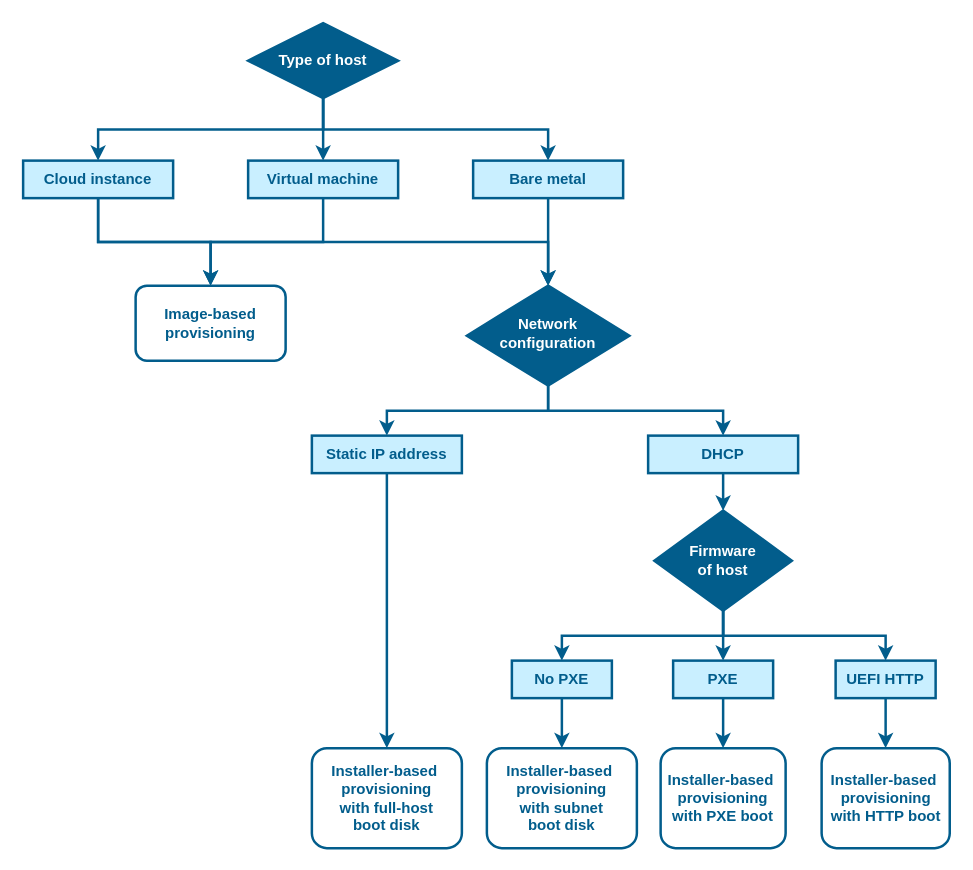
The draw.io diagram guides/image-sources/provisioning-method-selection.drawio in theforeman/foreman-documentation, before the edit. Source tidied: cells renumbered, new cells numbered last; positions are measured from the earlier drawing's top-left corner, leaving out a move shared by most shapes. Both pictures are drawn from the tidied source at 125%, with x=0, y=0 at pixel (22, 22).
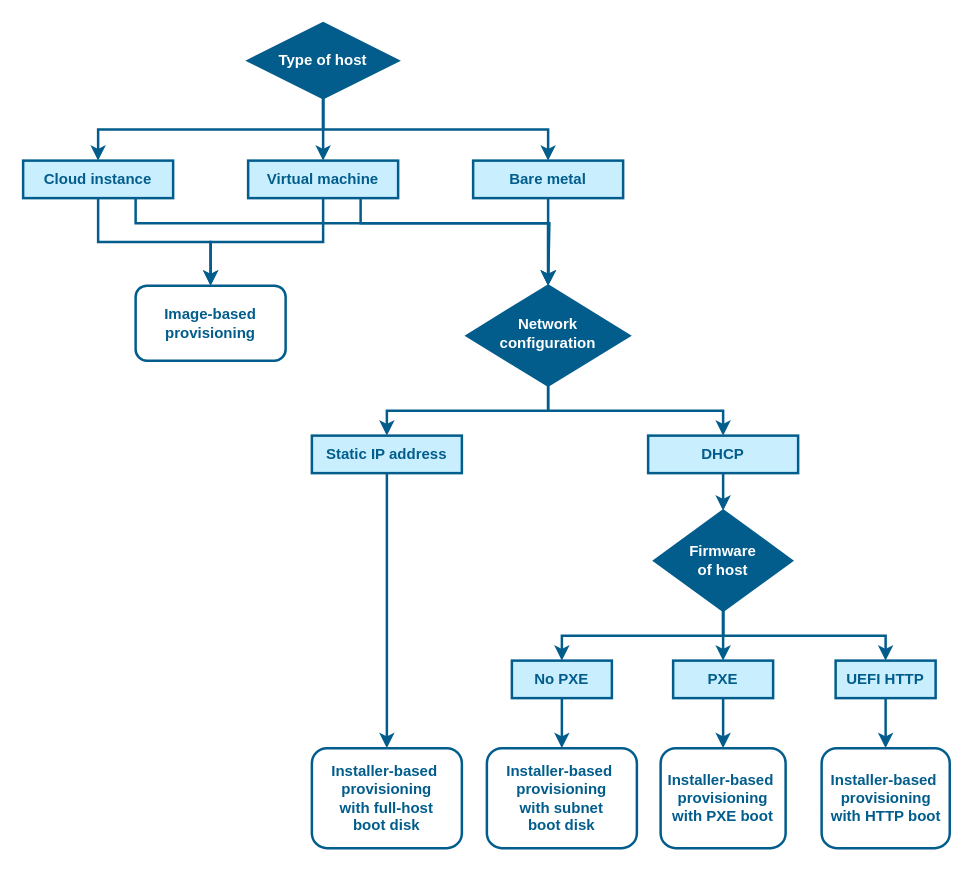
The same page after the edit.

Commit message (it also covers changes not shown here):
Distringuish lines

Unchanged cells that the change refers to:
```xml
<mxCell id="8" value="Cloud instance" style="rounded=0;whiteSpace=wrap;html=1;fontColor=#025d8c;fontStyle=1;strokeColor=#025d8c;strokeWidth=2;fillColor=#C9EFFF;" parent="1" vertex="1">
  <mxGeometry y="110" width="120" height="30" as="geometry" />
</mxCell>
<mxCell id="10" value="Virtual machine" style="rounded=0;whiteSpace=wrap;html=1;fontColor=#025d8c;fontStyle=1;strokeColor=#025d8c;strokeWidth=2;fillColor=#C9EFFF;" parent="1" vertex="1">
  <mxGeometry x="180" y="110" width="120" height="30" as="geometry" />
</mxCell>
<mxCell id="16" value="Network&lt;div&gt;configuration&lt;/div&gt;" style="rhombus;whiteSpace=wrap;html=1;fontColor=#ffffff;fontStyle=1;strokeColor=#025d8c;strokeWidth=2;fillColor=#025d8c;spacingTop=-4;" parent="1" vertex="1">
  <mxGeometry x="355" y="210" width="130" height="80" as="geometry" />
</mxCell>
```

What changed in the source:
```diff
@@
-    <mxCell id="7" style="edgeStyle=orthogonalEdgeStyle;rounded=0;jettySize=auto;html=1;exitX=0.5;exitY=1;exitDx=0;exitDy=0;entryX=0.5;entryY=0;entryDx=0;entryDy=0;strokeWidth=2;strokeColor=#025d8c;" parent="1" edge="1" source="8" target="16">
-      <mxGeometry relative="1" as="geometry" />
+    <mxCell id="7" style="edgeStyle=orthogonalEdgeStyle;rounded=0;jettySize=auto;html=1;exitX=0.75;exitY=1;exitDx=0;exitDy=0;entryX=0.5;entryY=0;entryDx=0;entryDy=0;strokeWidth=2;strokeColor=#025D8C;" parent="1" edge="1" source="8" target="16">
+      <mxGeometry relative="1" as="geometry">
+        <Array as="points">
+          <mxPoint x="90" y="160" />
+          <mxPoint x="420" y="160" />
+        </Array>
+      </mxGeometry>
     </mxCell>
@@
+    <mxCell id="35" style="edgeStyle=orthogonalEdgeStyle;rounded=0;jettySize=auto;html=1;exitX=0.75;exitY=1;exitDx=0;exitDy=0;strokeColor=#025D8C;strokeWidth=2;" parent="1" edge="1" source="10">
+      <mxGeometry relative="1" as="geometry">
+        <mxPoint x="420" y="210" as="targetPoint" />
+        <Array as="points">
+          <mxPoint x="270" y="160" />
+          <mxPoint x="421" y="160" />
+        </Array>
+      </mxGeometry>
+    </mxCell>
```
